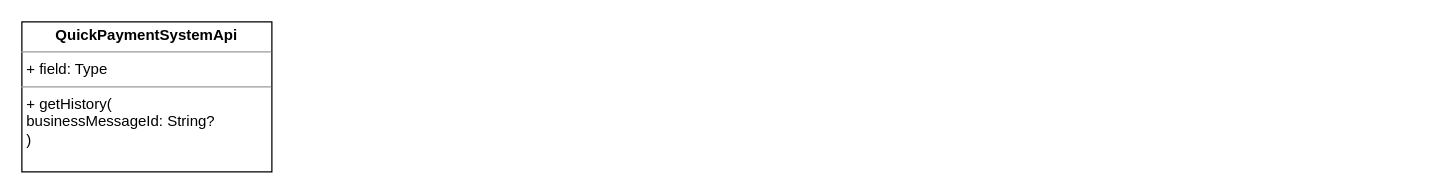
The draw.io diagram UNI-14774.drawio in ShiryaevNikolay/diagrams, before the edit. Source tidied: cells renumbered, new cells numbered last; positions are measured from the earlier drawing's top-left corner, leaving out a move shared by most shapes. Both pictures are drawn from the tidied source at 125%, with x=0, y=0 at pixel (21, 21).
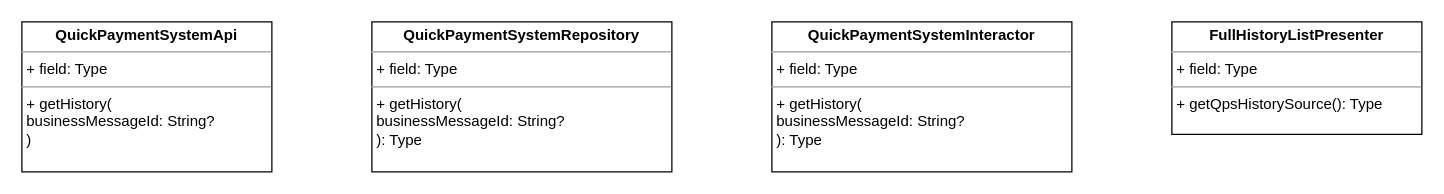
After the change.

The edit, as a diff of the source:
```diff
@@
 <mxGraphModel>
   <root>
     <mxCell id="0" />
     <mxCell id="1" parent="0" />
     <mxCell id="2" value="&lt;p style=&quot;margin: 0px ; margin-top: 4px ; text-align: center&quot;&gt;&lt;b&gt;QuickPaymentSystemApi&lt;/b&gt;&lt;/p&gt;&lt;hr size=&quot;1&quot;&gt;&lt;p style=&quot;margin: 0px ; margin-left: 4px&quot;&gt;+ field: Type&lt;/p&gt;&lt;hr size=&quot;1&quot;&gt;&lt;p style=&quot;margin: 0px ; margin-left: 4px&quot;&gt;+ getHistory(&lt;/p&gt;&lt;p style=&quot;margin: 0px ; margin-left: 4px&quot;&gt;businessMessageId: String?&lt;br&gt;&lt;/p&gt;&lt;p style=&quot;margin: 0px ; margin-left: 4px&quot;&gt;)&lt;br&gt;&lt;/p&gt;" style="verticalAlign=top;align=left;overflow=fill;fontSize=12;fontFamily=Helvetica;html=1;" parent="1" vertex="1">
       <mxGeometry width="200" height="120" as="geometry" />
     </mxCell>
+    <mxCell id="3" value="&lt;p style=&quot;margin: 0px ; margin-top: 4px ; text-align: center&quot;&gt;&lt;b&gt;QuickPaymentSystemRepository&lt;/b&gt;&lt;/p&gt;&lt;hr size=&quot;1&quot;&gt;&lt;p style=&quot;margin: 0px ; margin-left: 4px&quot;&gt;+ field: Type&lt;/p&gt;&lt;hr size=&quot;1&quot;&gt;&lt;p style=&quot;margin: 0px ; margin-left: 4px&quot;&gt;+ getHistory(&lt;/p&gt;&lt;p style=&quot;margin: 0px ; margin-left: 4px&quot;&gt;businessMessageId: String?&lt;/p&gt;&lt;p style=&quot;margin: 0px ; margin-left: 4px&quot;&gt;): Type&lt;/p&gt;" style="verticalAlign=top;align=left;overflow=fill;fontSize=12;fontFamily=Helvetica;html=1;" parent="1" vertex="1">
+      <mxGeometry x="280" width="240" height="120" as="geometry" />
+    </mxCell>
+    <mxCell id="4" value="&lt;p style=&quot;margin: 0px ; margin-top: 4px ; text-align: center&quot;&gt;&lt;b&gt;QuickPaymentSystemInteractor&lt;/b&gt;&lt;/p&gt;&lt;hr size=&quot;1&quot;&gt;&lt;p style=&quot;margin: 0px ; margin-left: 4px&quot;&gt;+ field: Type&lt;/p&gt;&lt;hr size=&quot;1&quot;&gt;&lt;p style=&quot;margin: 0px ; margin-left: 4px&quot;&gt;+ getHistory(&lt;/p&gt;&lt;p style=&quot;margin: 0px ; margin-left: 4px&quot;&gt;businessMessageId: String?&lt;/p&gt;&lt;p style=&quot;margin: 0px ; margin-left: 4px&quot;&gt;): Type&lt;/p&gt;" style="verticalAlign=top;align=left;overflow=fill;fontSize=12;fontFamily=Helvetica;html=1;" parent="1" vertex="1">
+      <mxGeometry x="600" width="240" height="120" as="geometry" />
+    </mxCell>
+    <mxCell id="5" value="&lt;p style=&quot;margin: 0px ; margin-top: 4px ; text-align: center&quot;&gt;&lt;b&gt;FullHistoryListPresenter&lt;/b&gt;&lt;/p&gt;&lt;hr size=&quot;1&quot;&gt;&lt;p style=&quot;margin: 0px ; margin-left: 4px&quot;&gt;+ field: Type&lt;/p&gt;&lt;hr size=&quot;1&quot;&gt;&lt;p style=&quot;margin: 0px ; margin-left: 4px&quot;&gt;+ getQpsHistorySource(): Type&lt;/p&gt;" style="verticalAlign=top;align=left;overflow=fill;fontSize=12;fontFamily=Helvetica;html=1;" parent="1" vertex="1">
+      <mxGeometry x="920" width="200" height="90" as="geometry" />
+    </mxCell>
   </root>
 </mxGraphModel>
```
